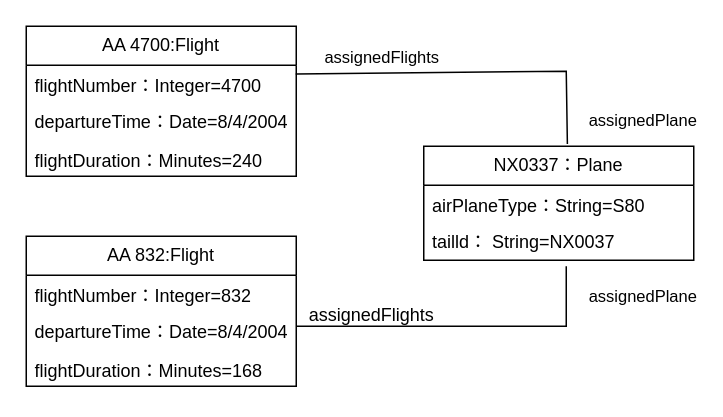
The draw.io diagram 对象图.drawio in saucesy/uml, before the edit. Source tidied: cells renumbered, new cells numbered last; positions are measured from the earlier drawing's top-left corner, leaving out a move shared by most shapes. Both pictures are drawn from the tidied source at 150%, with x=0, y=0 at pixel (26, 26).
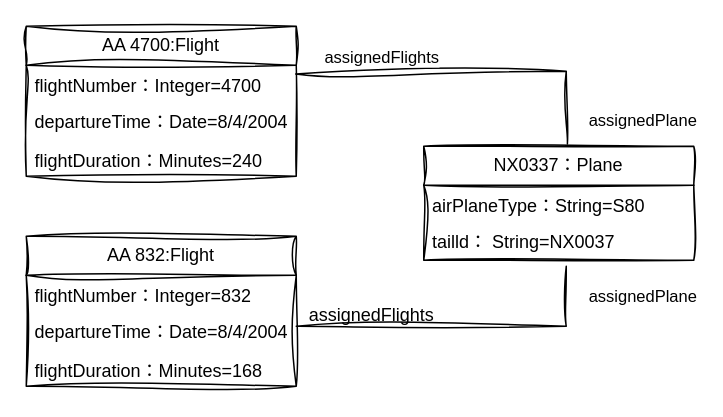
After the change.

Commit message (it also covers changes not shown here):
更新对象图.drawio

Change to the diagram source:
```diff
@@
-    <mxCell id="2" value="AA 4700:Flight" style="swimlane;fontStyle=0;horizontal=1;startSize=26;fillColor=none;whiteSpace=wrap;html=1;" parent="1" vertex="1">
+    <mxCell id="2" value="AA 4700:Flight" style="swimlane;fontStyle=0;horizontal=1;startSize=26;fillColor=none;whiteSpace=wrap;html=1;sketch=1;curveFitting=1;jiggle=2;" parent="1" vertex="1">
       <mxGeometry width="180" height="100" as="geometry" />
     </mxCell>
-    <mxCell id="3" value="flightNumber：Integer=4700" style="text;strokeColor=none;fillColor=none;align=left;verticalAlign=top;spacingLeft=4;spacingRight=4;overflow=hidden;points=[[0,0.5],[1,0.5]];portConstraint=eastwest;whiteSpace=wrap;html=1;" parent="2" vertex="1">
+    <mxCell id="3" value="flightNumber：Integer=4700" style="text;strokeColor=none;fillColor=none;align=left;verticalAlign=top;spacingLeft=4;spacingRight=4;overflow=hidden;points=[[0,0.5],[1,0.5]];portConstraint=eastwest;whiteSpace=wrap;html=1;sketch=1;curveFitting=1;jiggle=2;" parent="2" vertex="1">
       <mxGeometry y="26" width="180" height="24" as="geometry" />
     </mxCell>
-    <mxCell id="4" value="departureTime：Date=8/4/2004" style="text;strokeColor=none;fillColor=none;align=left;verticalAlign=top;spacingLeft=4;spacingRight=4;overflow=hidden;whiteSpace=wrap;html=1;" parent="2" vertex="1">
+    <mxCell id="4" value="departureTime：Date=8/4/2004" style="text;strokeColor=none;fillColor=none;align=left;verticalAlign=top;spacingLeft=4;spacingRight=4;overflow=hidden;whiteSpace=wrap;html=1;sketch=1;curveFitting=1;jiggle=2;" parent="2" vertex="1">
       <mxGeometry y="50" width="180" height="26" as="geometry" />
     </mxCell>
-    <mxCell id="5" value="flightDuration：Minutes=240" style="text;strokeColor=none;fillColor=none;align=left;verticalAlign=top;spacingLeft=4;spacingRight=4;overflow=hidden;whiteSpace=wrap;html=1;" parent="2" vertex="1">
+    <mxCell id="5" value="flightDuration：Minutes=240" style="text;strokeColor=none;fillColor=none;align=left;verticalAlign=top;spacingLeft=4;spacingRight=4;overflow=hidden;whiteSpace=wrap;html=1;sketch=1;curveFitting=1;jiggle=2;" parent="2" vertex="1">
       <mxGeometry y="76" width="180" height="24" as="geometry" />
     </mxCell>
-    <mxCell id="6" value="AA 832:Flight" style="swimlane;fontStyle=0;horizontal=1;startSize=26;fillColor=none;whiteSpace=wrap;html=1;" parent="1" vertex="1">
+    <mxCell id="6" value="AA 832:Flight" style="swimlane;fontStyle=0;horizontal=1;startSize=26;fillColor=none;whiteSpace=wrap;html=1;sketch=1;curveFitting=1;jiggle=2;" parent="1" vertex="1">
       <mxGeometry y="140" width="180" height="100" as="geometry" />
     </mxCell>
-    <mxCell id="7" value="flightNumber：Integer=832" style="text;strokeColor=none;fillColor=none;align=left;verticalAlign=top;spacingLeft=4;spacingRight=4;overflow=hidden;whiteSpace=wrap;html=1;" parent="6" vertex="1">
+    <mxCell id="7" value="flightNumber：Integer=832" style="text;strokeColor=none;fillColor=none;align=left;verticalAlign=top;spacingLeft=4;spacingRight=4;overflow=hidden;whiteSpace=wrap;html=1;sketch=1;curveFitting=1;jiggle=2;" parent="6" vertex="1">
       <mxGeometry y="26" width="180" height="24" as="geometry" />
     </mxCell>
-    <mxCell id="8" value="departureTime：Date=8/4/2004" style="text;strokeColor=none;fillColor=none;align=left;verticalAlign=top;spacingLeft=4;spacingRight=4;overflow=hidden;whiteSpace=wrap;html=1;" parent="6" vertex="1">
+    <mxCell id="8" value="departureTime：Date=8/4/2004" style="text;strokeColor=none;fillColor=none;align=left;verticalAlign=top;spacingLeft=4;spacingRight=4;overflow=hidden;whiteSpace=wrap;html=1;sketch=1;curveFitting=1;jiggle=2;" parent="6" vertex="1">
       <mxGeometry y="50" width="180" height="26" as="geometry" />
     </mxCell>
-    <mxCell id="9" value="flightDuration：Minutes=168" style="text;strokeColor=none;fillColor=none;align=left;verticalAlign=top;spacingLeft=4;spacingRight=4;overflow=hidden;whiteSpace=wrap;html=1;" parent="6" vertex="1">
+    <mxCell id="9" value="flightDuration：Minutes=168" style="text;strokeColor=none;fillColor=none;align=left;verticalAlign=top;spacingLeft=4;spacingRight=4;overflow=hidden;whiteSpace=wrap;html=1;sketch=1;curveFitting=1;jiggle=2;" parent="6" vertex="1">
       <mxGeometry y="76" width="180" height="24" as="geometry" />
     </mxCell>
-    <mxCell id="10" value="NX0337：Plane" style="swimlane;fontStyle=0;horizontal=1;startSize=26;fillColor=none;whiteSpace=wrap;html=1;" parent="1" vertex="1">
+    <mxCell id="10" value="NX0337：Plane" style="swimlane;fontStyle=0;horizontal=1;startSize=26;fillColor=none;whiteSpace=wrap;html=1;sketch=1;curveFitting=1;jiggle=2;" parent="1" vertex="1">
       <mxGeometry x="265" y="80" width="180" height="76" as="geometry" />
     </mxCell>
-    <mxCell id="11" value="airPlaneType：String=S80" style="text;strokeColor=none;fillColor=none;align=left;verticalAlign=top;spacingLeft=4;spacingRight=4;overflow=hidden;whiteSpace=wrap;html=1;" parent="10" vertex="1">
+    <mxCell id="11" value="airPlaneType：String=S80" style="text;strokeColor=none;fillColor=none;align=left;verticalAlign=top;spacingLeft=4;spacingRight=4;overflow=hidden;whiteSpace=wrap;html=1;sketch=1;curveFitting=1;jiggle=2;" parent="10" vertex="1">
       <mxGeometry y="26" width="180" height="24" as="geometry" />
     </mxCell>
-    <mxCell id="12" value="tailld： String=NX0037" style="text;strokeColor=none;fillColor=none;align=left;verticalAlign=top;spacingLeft=4;spacingRight=4;overflow=hidden;whiteSpace=wrap;html=1;" parent="10" vertex="1">
+    <mxCell id="12" value="tailld： String=NX0037" style="text;strokeColor=none;fillColor=none;align=left;verticalAlign=top;spacingLeft=4;spacingRight=4;overflow=hidden;whiteSpace=wrap;html=1;sketch=1;curveFitting=1;jiggle=2;" parent="10" vertex="1">
       <mxGeometry y="50" width="180" height="26" as="geometry" />
     </mxCell>
-    <mxCell id="13" style="endArrow=none;html=1;rounded=0;" parent="1" edge="1">
+    <mxCell id="13" style="endArrow=none;html=1;rounded=0;sketch=1;curveFitting=1;jiggle=2;" parent="1" edge="1">
       <mxGeometry relative="1" as="geometry">
         <mxPoint x="180" y="200" as="sourcePoint" />
         <mxPoint x="360" y="160" as="targetPoint" />
         <Array as="points">
           <mxPoint x="360" y="200" />
         </Array>
       </mxGeometry>
     </mxCell>
-    <mxCell id="14" value="assignedPlane" style="edgeLabel;html=1;align=center;verticalAlign=middle;" parent="13" vertex="1">
+    <mxCell id="14" value="assignedPlane" style="edgeLabel;html=1;align=center;verticalAlign=middle;sketch=1;curveFitting=1;jiggle=2;" parent="13" vertex="1">
       <mxGeometry x="0.83" y="-3" relative="1" as="geometry">
         <mxPoint x="47" as="offset" />
       </mxGeometry>
     </mxCell>
-    <mxCell id="15" style="endArrow=none;html=1;rounded=0;entryX=0.532;entryY=-0.02;entryDx=0;entryDy=0;entryPerimeter=0;exitX=0.998;exitY=0.241;exitDx=0;exitDy=0;exitPerimeter=0;" parent="1" edge="1" source="3" target="10">
+    <mxCell id="15" style="endArrow=none;html=1;rounded=0;entryX=0.532;entryY=-0.02;entryDx=0;entryDy=0;entryPerimeter=0;exitX=0.998;exitY=0.241;exitDx=0;exitDy=0;exitPerimeter=0;sketch=1;curveFitting=1;jiggle=2;" parent="1" edge="1" source="3" target="10">
       <mxGeometry relative="1" as="geometry">
         <Array as="points">
           <mxPoint x="360" y="30" />
         </Array>
       </mxGeometry>
     </mxCell>
-    <mxCell id="16" value="assignedPlane" style="edgeLabel;html=1;align=center;verticalAlign=middle;" parent="15" vertex="1">
+    <mxCell id="16" value="assignedPlane" style="edgeLabel;html=1;align=center;verticalAlign=middle;sketch=1;curveFitting=1;jiggle=2;" parent="15" vertex="1">
       <mxGeometry x="0.81" y="1" relative="1" as="geometry">
         <mxPoint x="49" y="6" as="offset" />
       </mxGeometry>
     </mxCell>
-    <mxCell id="17" value="assignedFlights" style="edgeLabel;html=1;align=center;verticalAlign=middle;" parent="15" vertex="1">
+    <mxCell id="17" value="assignedFlights" style="edgeLabel;html=1;align=center;verticalAlign=middle;sketch=1;curveFitting=1;jiggle=2;" parent="15" vertex="1">
       <mxGeometry x="-0.5" y="-2" relative="1" as="geometry">
         <mxPoint y="-13" as="offset" />
       </mxGeometry>
     </mxCell>
-    <mxCell id="18" value="assignedFlights" style="text;html=1;align=center;verticalAlign=middle;strokeColor=none;fillColor=none;" parent="1" vertex="1">
+    <mxCell id="18" value="assignedFlights" style="text;html=1;align=center;verticalAlign=middle;strokeColor=none;fillColor=none;sketch=1;curveFitting=1;jiggle=2;" parent="1" vertex="1">
       <mxGeometry x="175" y="178" width="110" height="30" as="geometry" />
     </mxCell>
```
